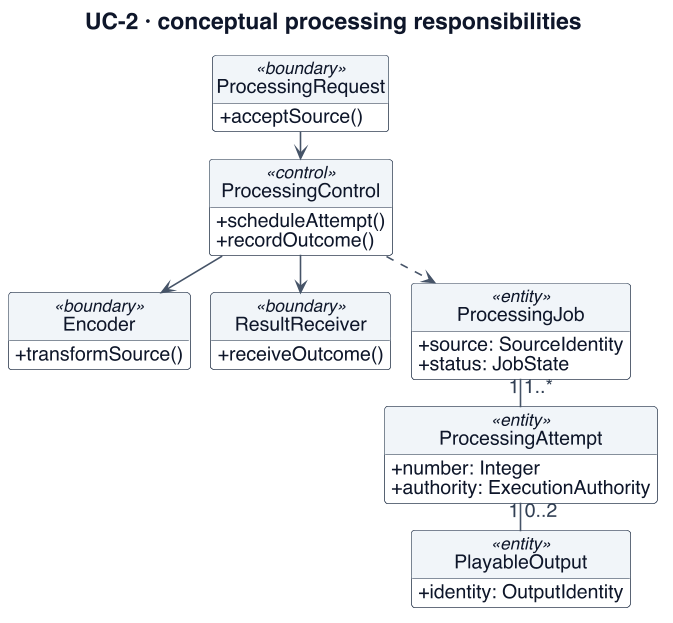
Earlier version of the PlantUML export project-documentation/final-report/figures/uc2-analysis-class.png (Collaboration95/dc2).
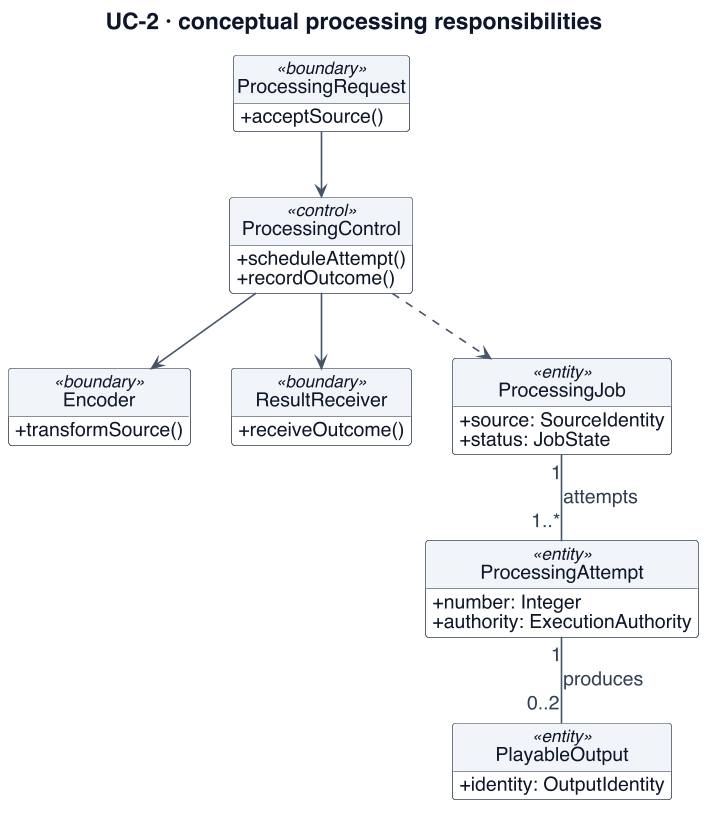
After the change.

Diff of the diagram source:
```diff
@@ -10,8 +10,8 @@
 skinparam titleFontSize 20
 skinparam classAttributeIconSize 0
 skinparam maxMessageSize 165
-skinparam nodesep 18
-skinparam ranksep 24
+skinparam nodesep 36
+skinparam ranksep 56
 hide footbox
 hide circle
 title UC-2 · conceptual processing responsibilities
@@ -44,6 +44,6 @@
 ProcessingControl --> Encoder
 ProcessingControl --> ResultReceiver
 ProcessingControl ..> ProcessingJob
-ProcessingJob "1" -- "1..*" ProcessingAttempt
-ProcessingAttempt "1" -- "0..2" PlayableOutput
+ProcessingJob "1" -down- "1..*" ProcessingAttempt : attempts
+ProcessingAttempt "1" -down- "0..2" PlayableOutput : produces
 @enduml
```
